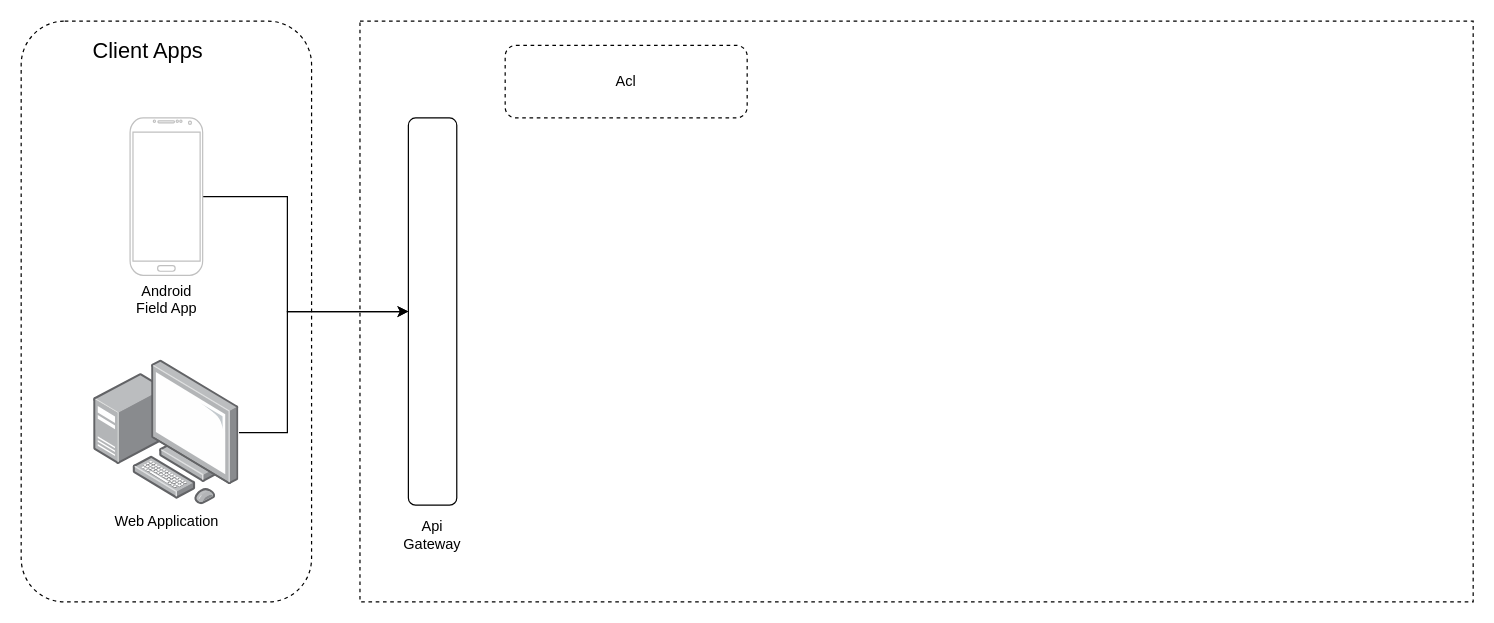
Earlier version of the draw.io diagram system_documentation.drawio (pascalokoth/BPMN). Source tidied: cells renumbered, new cells numbered last; positions are measured from the earlier drawing's top-left corner, leaving out a move shared by most shapes. Both pictures are drawn from the tidied source at 121%, with x=0, y=0 at pixel (21, 21).
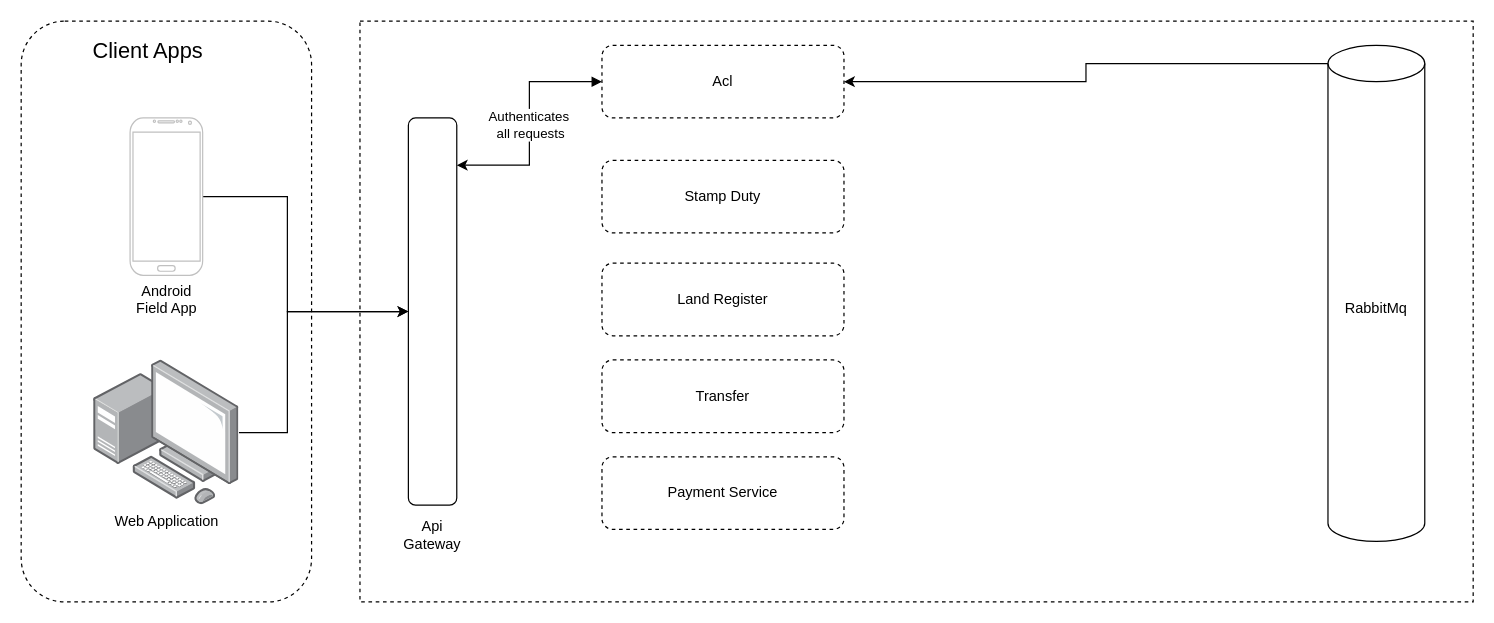
After the change.

The change refers to these unchanged cells:
```xml
<mxCell id="9" style="rounded=1;whiteSpace=wrap;html=1;" parent="1" vertex="1">
  <mxGeometry x="320" y="80" width="40" height="320" as="geometry" />
</mxCell>
```

The edit, as a diff of the source:
```diff
@@
+    <mxCell id="12" style="edgeStyle=orthogonalEdgeStyle;rounded=0;jettySize=auto;html=1;entryX=1;entryY=0.122;entryDx=0;entryDy=0;entryPerimeter=0;startArrow=block;startFill=1;" parent="1" edge="1" source="11" target="9">
+      <mxGeometry relative="1" as="geometry" />
+    </mxCell>
+    <mxCell id="13" value="Authenticates&amp;nbsp;&lt;br&gt;all requests" style="edgeLabel;html=1;align=center;verticalAlign=middle;" parent="12" vertex="1">
+      <mxGeometry x="0.01" relative="1" as="geometry" />
+    </mxCell>
     <mxCell id="11" value="Acl" style="rounded=1;whiteSpace=wrap;html=1;fillColor=none;dashed=1;" parent="1" vertex="1">
-      <mxGeometry x="400" y="20" width="200" height="60" as="geometry" />
+      <mxGeometry x="480" y="20" width="200" height="60" as="geometry" />
     </mxCell>
+    <mxCell id="14" value="Stamp Duty" style="rounded=1;whiteSpace=wrap;html=1;fillColor=none;dashed=1;" parent="1" vertex="1">
+      <mxGeometry x="480" y="115" width="200" height="60" as="geometry" />
+    </mxCell>
+    <mxCell id="15" value="Land Register" style="rounded=1;whiteSpace=wrap;html=1;fillColor=none;dashed=1;" parent="1" vertex="1">
+      <mxGeometry x="480" y="200" width="200" height="60" as="geometry" />
+    </mxCell>
+    <mxCell id="16" value="Transfer" style="rounded=1;whiteSpace=wrap;html=1;fillColor=none;dashed=1;" parent="1" vertex="1">
+      <mxGeometry x="480" y="280" width="200" height="60" as="geometry" />
+    </mxCell>
+    <mxCell id="17" value="Payment Service" style="rounded=1;whiteSpace=wrap;html=1;fillColor=none;dashed=1;" parent="1" vertex="1">
+      <mxGeometry x="480" y="360" width="200" height="60" as="geometry" />
+    </mxCell>
+    <mxCell id="18" style="edgeStyle=orthogonalEdgeStyle;rounded=0;jettySize=auto;html=1;exitX=0;exitY=0;exitDx=0;exitDy=15;exitPerimeter=0;entryX=1;entryY=0.5;entryDx=0;entryDy=0;" parent="1" edge="1" source="19" target="11">
+      <mxGeometry relative="1" as="geometry" />
+    </mxCell>
+    <mxCell id="19" value="RabbitMq" style="shape=cylinder3;whiteSpace=wrap;html=1;boundedLbl=1;backgroundOutline=1;size=15;" parent="1" vertex="1">
+      <mxGeometry x="1080" y="20" width="80" height="410" as="geometry" />
+    </mxCell>
```
